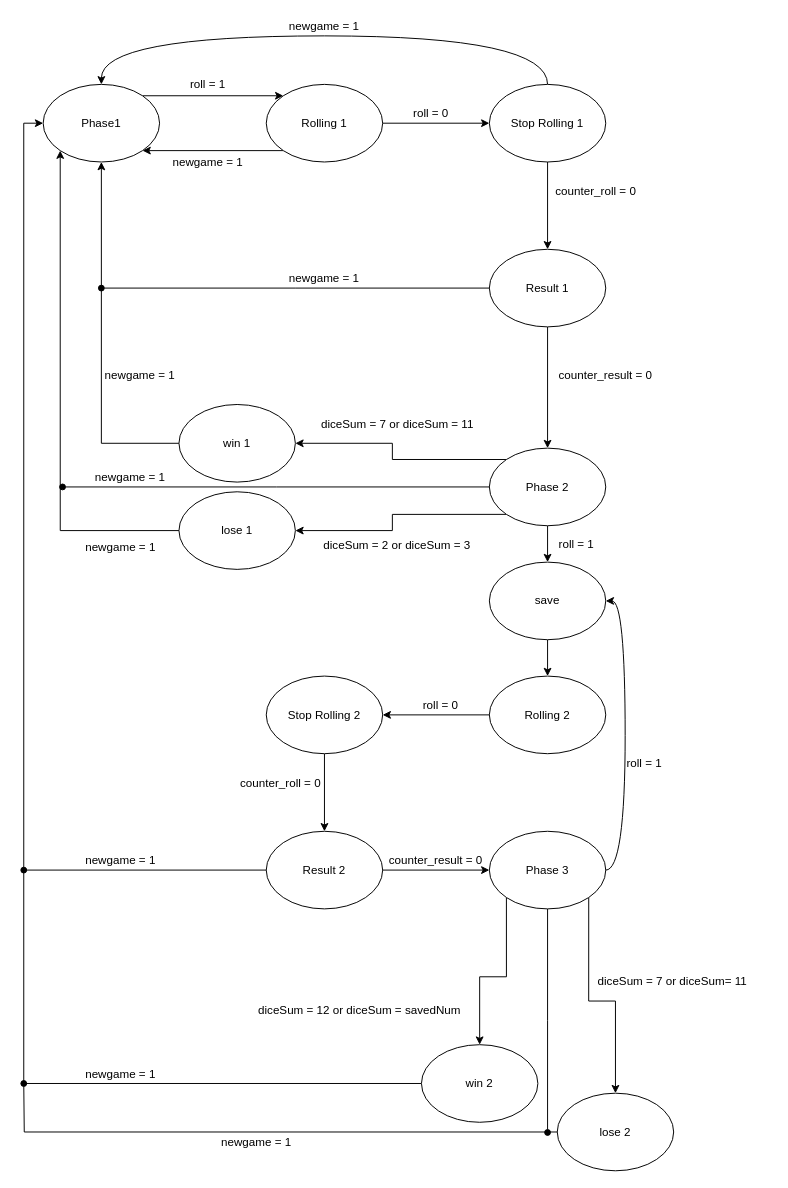
Earlier version of the draw.io diagram StateMachine.drawio (MikeKall/FPGA_Dice). Source tidied: cells renumbered, new cells numbered last; positions are measured from the earlier drawing's top-left corner, leaving out a move shared by most shapes. Both pictures are drawn from the tidied source at 97%, with x=0, y=0 at pixel (23, 16).
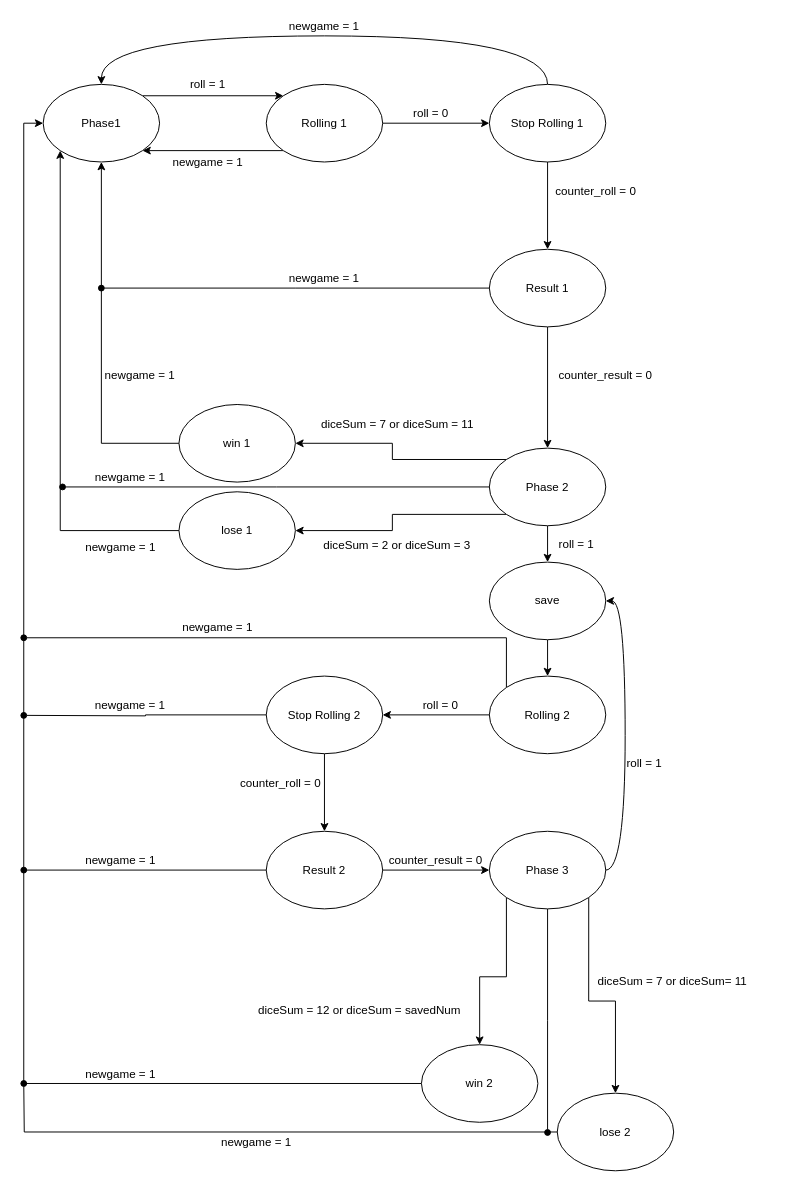
The same diagram, later.

The change refers to these unchanged cells:
```xml
<mxCell id="23" value="Rolling 2" style="ellipse;whiteSpace=wrap;html=1;" parent="1" vertex="1">
  <mxGeometry x="480" y="679.5" width="120" height="80" as="geometry" />
</mxCell>
<mxCell id="25" value="Stop Rolling 2" style="ellipse;whiteSpace=wrap;html=1;" parent="1" vertex="1">
  <mxGeometry x="250" y="679.5" width="120" height="80" as="geometry" />
</mxCell>
```

The edit, as a diff of the source:
```diff
@@
+    <mxCell id="62" style="edgeStyle=orthogonalEdgeStyle;rounded=0;jettySize=auto;html=1;exitX=0;exitY=0;exitDx=0;exitDy=0;endArrow=oval;endFill=1;" parent="1" edge="1" source="23">
+      <mxGeometry relative="1" as="geometry">
+        <mxPoint y="640" as="targetPoint" />
+        <Array as="points">
+          <mxPoint x="498" y="640" />
+        </Array>
+      </mxGeometry>
+    </mxCell>
@@
+    <mxCell id="63" style="edgeStyle=orthogonalEdgeStyle;rounded=0;jettySize=auto;html=1;exitX=0;exitY=0.5;exitDx=0;exitDy=0;endArrow=oval;endFill=1;" parent="1" edge="1" source="25">
+      <mxGeometry relative="1" as="geometry">
+        <mxPoint y="720" as="targetPoint" />
+      </mxGeometry>
+    </mxCell>
@@
+    <mxCell id="64" value="newgame = 1" style="text;html=1;strokeColor=none;fillColor=none;align=center;verticalAlign=middle;whiteSpace=wrap;rounded=0;" parent="1" vertex="1">
+      <mxGeometry x="160" y="620" width="80" height="20" as="geometry" />
+    </mxCell>
+    <mxCell id="65" value="newgame = 1" style="text;html=1;strokeColor=none;fillColor=none;align=center;verticalAlign=middle;whiteSpace=wrap;rounded=0;" parent="1" vertex="1">
+      <mxGeometry x="70" y="699.5" width="80" height="20" as="geometry" />
+    </mxCell>
```
